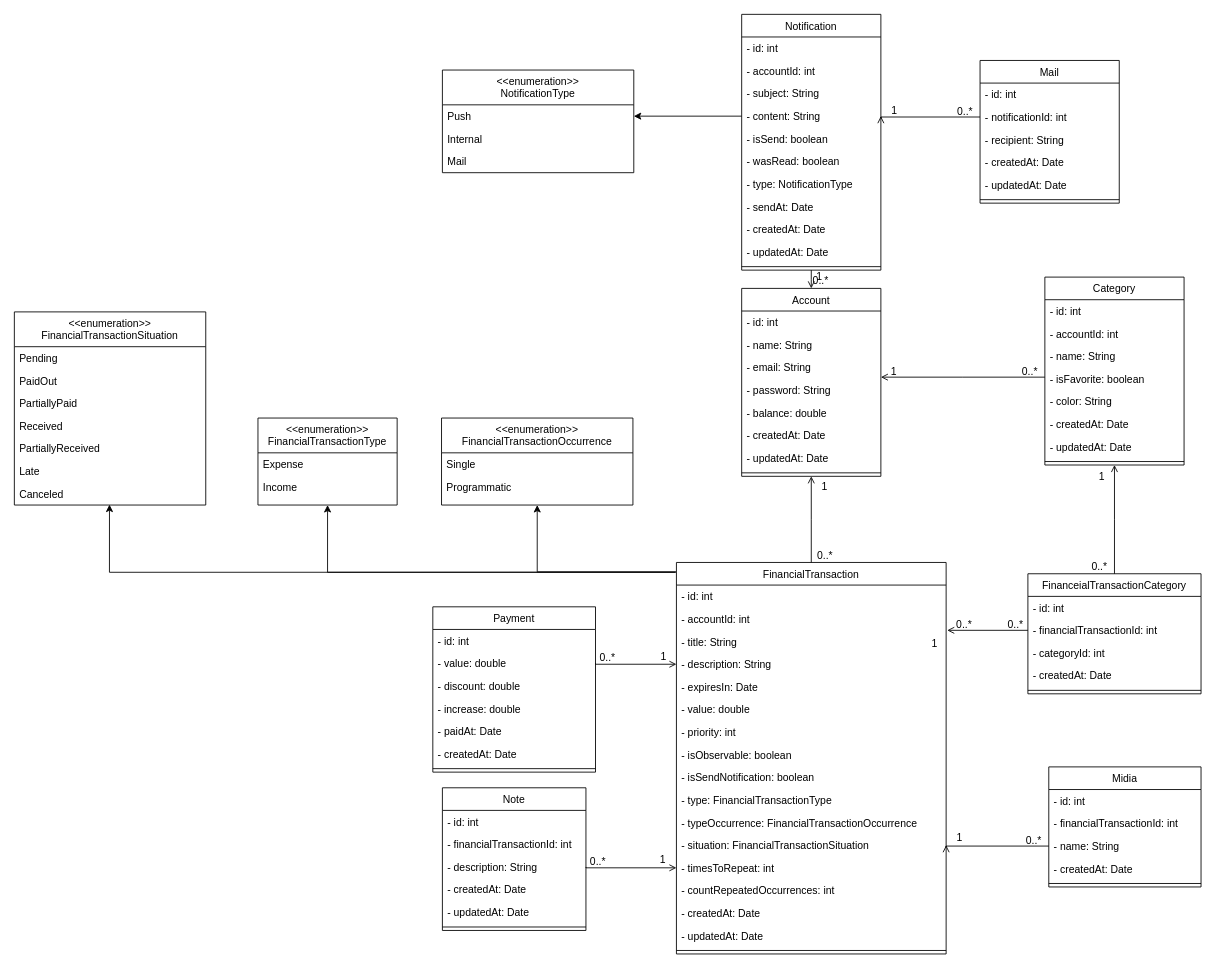
The draw.io diagram docs/class.diagram.drawio in Danrley-Ruan-Saquetti/esliph-finance, before the edit. Source tidied: cells renumbered, new cells numbered last; positions are measured from the earlier drawing's top-left corner, leaving out a move shared by most shapes. Both pictures are drawn from the tidied source at 87%, with x=0, y=0 at pixel (14, 14).
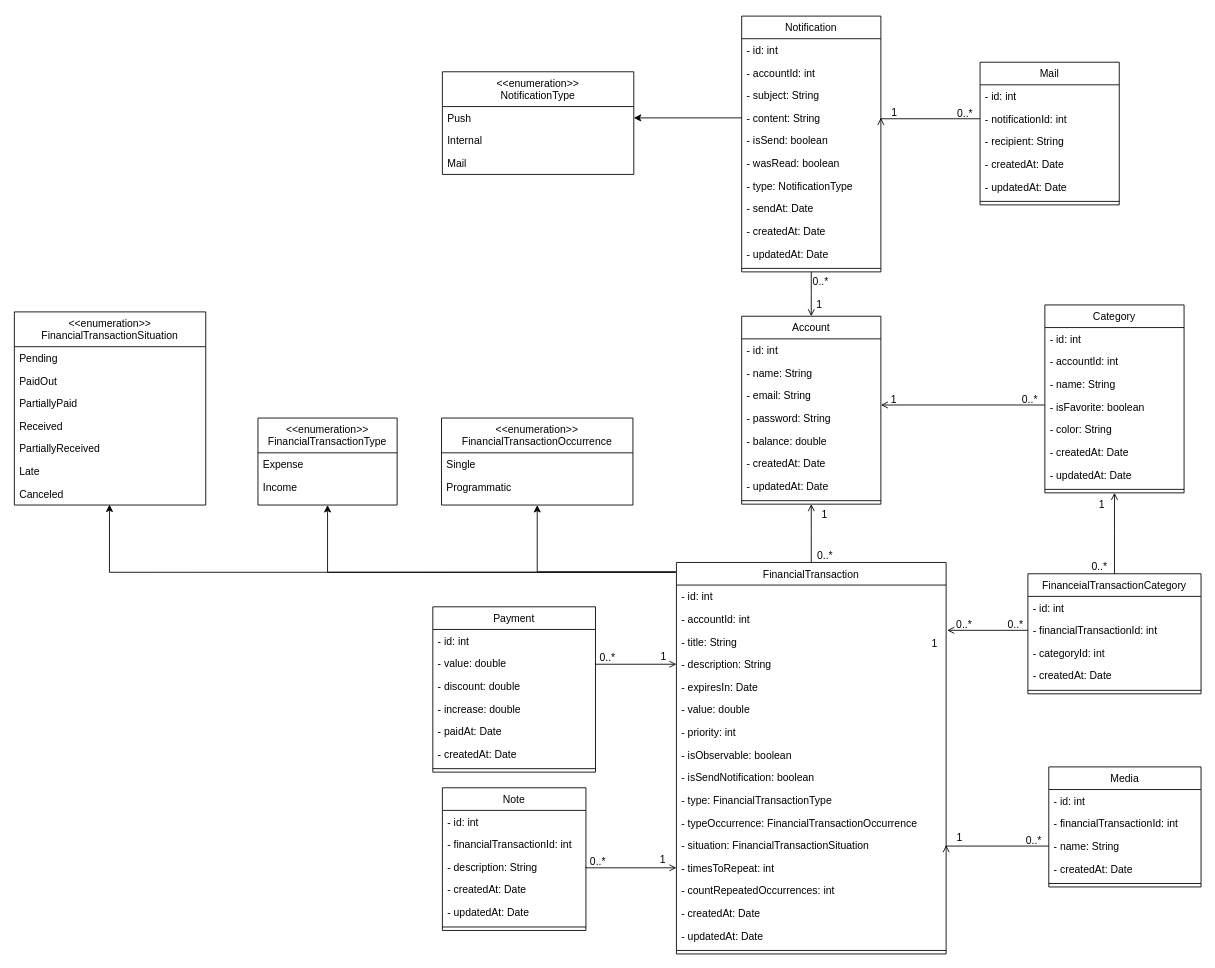
The same diagram, later.

The edit, as a diff of the source:
```diff
@@
     <mxCell id="2" value="Account" style="swimlane;fontStyle=0;align=center;verticalAlign=top;horizontal=1;startSize=26;rounded=0;shadow=0;strokeWidth=1;" parent="1" vertex="1">
-      <mxGeometry x="836" y="315" width="160" height="216" as="geometry" />
+      <mxGeometry x="836" y="347" width="160" height="216" as="geometry" />
     </mxCell>
@@
     <mxCell id="11" value="Category" style="swimlane;fontStyle=0;align=center;verticalAlign=top;horizontal=1;startSize=26;rounded=0;shadow=0;strokeWidth=1;" parent="1" vertex="1">
-      <mxGeometry x="1184.5" y="302" width="160" height="216" as="geometry" />
+      <mxGeometry x="1184.5" y="334" width="160" height="216" as="geometry" />
     </mxCell>
@@
     <mxCell id="61" value="Notification" style="swimlane;fontStyle=0;align=center;verticalAlign=top;horizontal=1;startSize=26;rounded=0;shadow=0;strokeWidth=1;" parent="1" vertex="1">
-      <mxGeometry x="836" width="160" height="294" as="geometry" />
+      <mxGeometry x="836" y="2" width="160" height="294" as="geometry" />
     </mxCell>
@@
-    <mxCell id="73" value="Midia" style="swimlane;fontStyle=0;align=center;verticalAlign=top;horizontal=1;startSize=26;rounded=0;shadow=0;strokeWidth=1;" parent="1" vertex="1">
+    <mxCell id="73" value="Media" style="swimlane;fontStyle=0;align=center;verticalAlign=top;horizontal=1;startSize=26;rounded=0;shadow=0;strokeWidth=1;" parent="1" vertex="1">
       <mxGeometry x="1189" y="865" width="175" height="138" as="geometry" />
     </mxCell>
@@
     <mxCell id="119" value="&lt;&lt;enumeration&gt;&gt;&#10;NotificationType" style="swimlane;fontStyle=0;align=center;verticalAlign=top;horizontal=1;startSize=40;rounded=0;shadow=0;strokeWidth=1;" parent="1" vertex="1">
-      <mxGeometry x="492" y="64" width="220" height="118" as="geometry" />
+      <mxGeometry x="492" y="66" width="220" height="118" as="geometry" />
     </mxCell>
@@
     <mxCell id="124" value="Mail" style="swimlane;fontStyle=0;align=center;verticalAlign=top;horizontal=1;startSize=26;rounded=0;shadow=0;strokeWidth=1;" parent="1" vertex="1">
-      <mxGeometry x="1110" y="53" width="160" height="164" as="geometry" />
+      <mxGeometry x="1110" y="55" width="160" height="164" as="geometry" />
     </mxCell>
```
